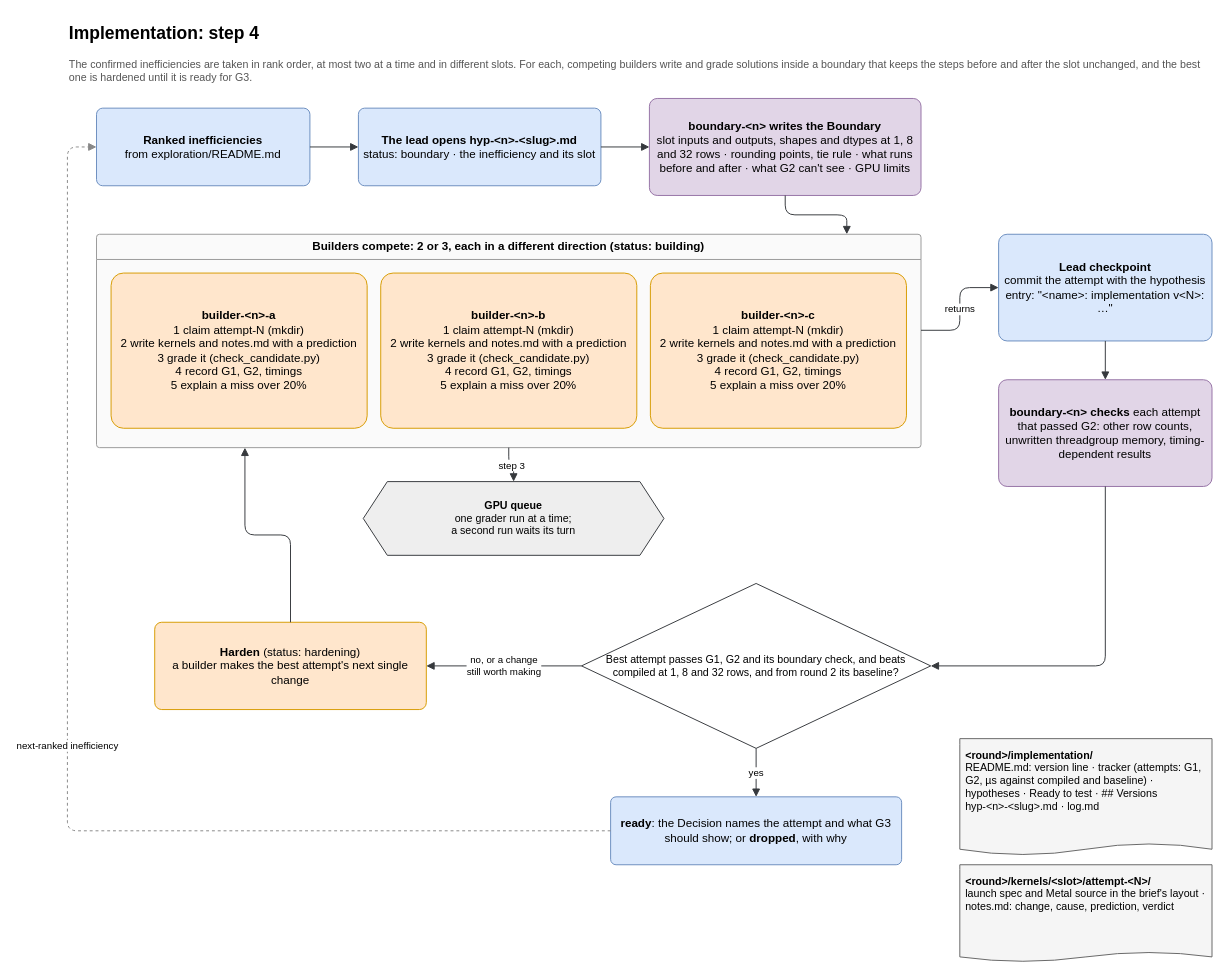
surucuonur/WeSolve-MetaHackathon keeps this draw.io diagram as page "Implementation" (3 of 3) of claude/diagrams/muse-swarm.drawio. Above is the earlier version. Source tidied: cells renumbered, new cells numbered last; positions are measured from the earlier drawing's top-left corner, leaving out a move shared by most shapes. Both pictures are drawn from the tidied source at 97%, with x=0, y=0 at pixel (67, 16).
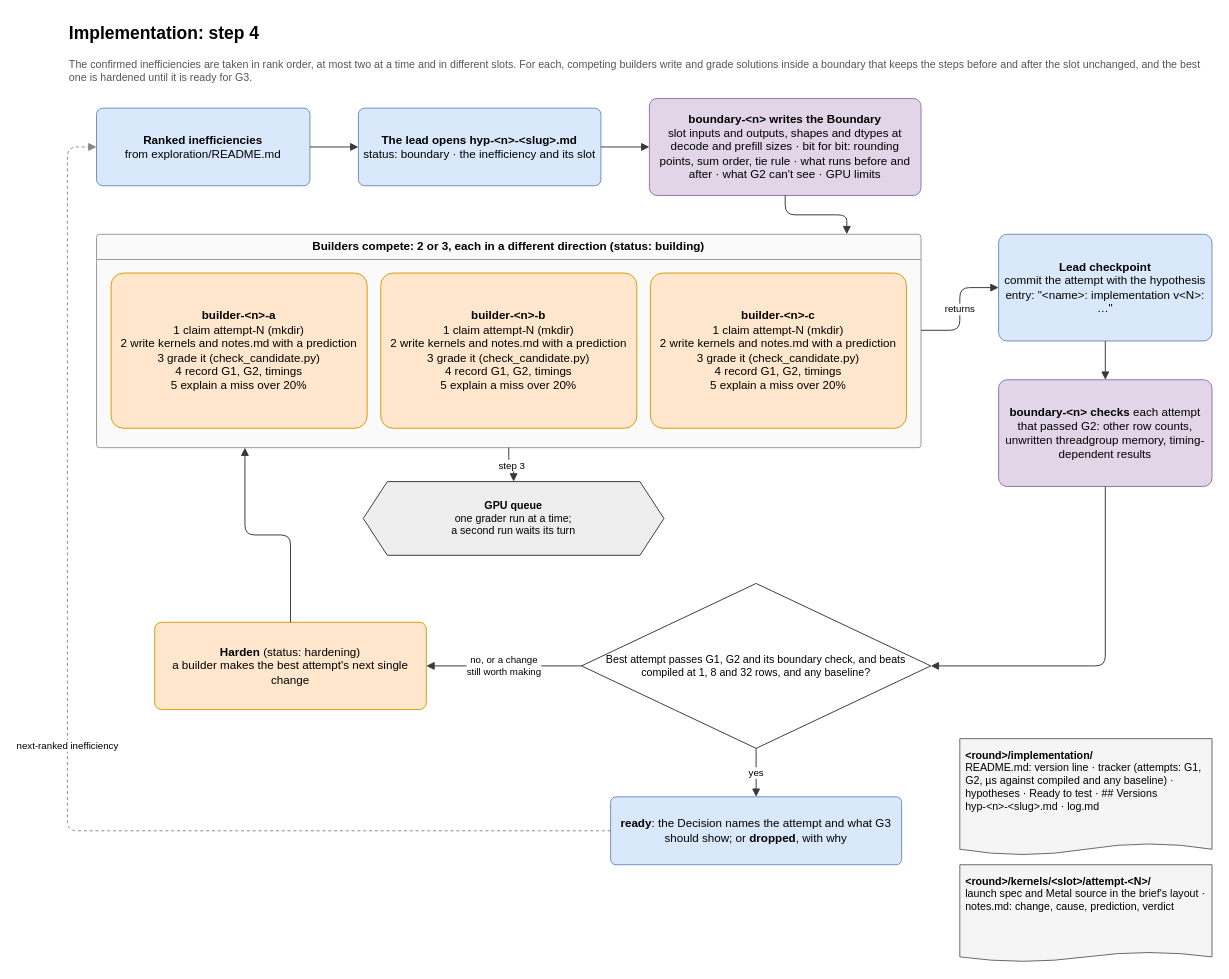
The same page after the edit.

The edit, as a diff of the source:
```diff
@@
-    <mxCell id="6" value="&lt;b&gt;boundary-&amp;lt;n&amp;gt; writes the Boundary&lt;/b&gt;&lt;br&gt;slot inputs and outputs, shapes and dtypes at 1, 8 and 32 rows · rounding points, tie rule · what runs before and after · what G2 can't see · GPU limits" style="rounded=1;whiteSpace=wrap;html=1;arcSize=8;fontSize=12;spacing=6;fillColor=#e1d5e7;strokeColor=#9673a6;" parent="1" vertex="1">
+    <mxCell id="6" value="&lt;b&gt;boundary-&amp;lt;n&amp;gt; writes the Boundary&lt;/b&gt;&lt;br&gt;slot inputs and outputs, shapes and dtypes at decode and prefill sizes · bit for bit: rounding points, sum order, tie rule · what runs before and after · what G2 can't see · GPU limits" style="rounded=1;whiteSpace=wrap;html=1;arcSize=8;fontSize=12;spacing=6;fillColor=#e1d5e7;strokeColor=#9673a6;" parent="1" vertex="1">
       <mxGeometry x="600" y="84" width="280" height="100" as="geometry" />
     </mxCell>
@@
-    <mxCell id="20" value="Best attempt passes G1, G2 and its boundary check, and beats compiled at 1, 8 and 32 rows, and from round 2 its baseline?" style="rhombus;whiteSpace=wrap;html=1;fontSize=11;fillColor=#ffffff;strokeColor=#36393d;spacing=18;" parent="1" vertex="1">
+    <mxCell id="20" value="Best attempt passes G1, G2 and its boundary check, and beats compiled at 1, 8 and 32 rows, and any baseline?" style="rhombus;whiteSpace=wrap;html=1;fontSize=11;fillColor=#ffffff;strokeColor=#36393d;spacing=18;" parent="1" vertex="1">
       <mxGeometry x="530" y="584" width="360" height="170" as="geometry" />
     </mxCell>
@@
-    <mxCell id="28" value="&lt;b&gt;&amp;lt;round&amp;gt;/implementation/&lt;/b&gt;&lt;br&gt;README.md: version line · tracker (attempts: G1, G2, µs against compiled and baseline) · hypotheses · Ready to test · ## Versions&lt;br&gt;hyp-&amp;lt;n&amp;gt;-&amp;lt;slug&amp;gt;.md · log.md" style="shape=document;whiteSpace=wrap;html=1;boundedLbl=1;size=0.1;fontSize=11;spacing=6;fillColor=#f5f5f5;strokeColor=#666666;align=left;verticalAlign=top;" parent="1" vertex="1">
+    <mxCell id="28" value="&lt;b&gt;&amp;lt;round&amp;gt;/implementation/&lt;/b&gt;&lt;br&gt;README.md: version line · tracker (attempts: G1, G2, µs against compiled and any baseline) · hypotheses · Ready to test · ## Versions&lt;br&gt;hyp-&amp;lt;n&amp;gt;-&amp;lt;slug&amp;gt;.md · log.md" style="shape=document;whiteSpace=wrap;html=1;boundedLbl=1;size=0.1;fontSize=11;spacing=6;fillColor=#f5f5f5;strokeColor=#666666;align=left;verticalAlign=top;" parent="1" vertex="1">
       <mxGeometry x="920" y="744" width="260" height="120" as="geometry" />
     </mxCell>
```
